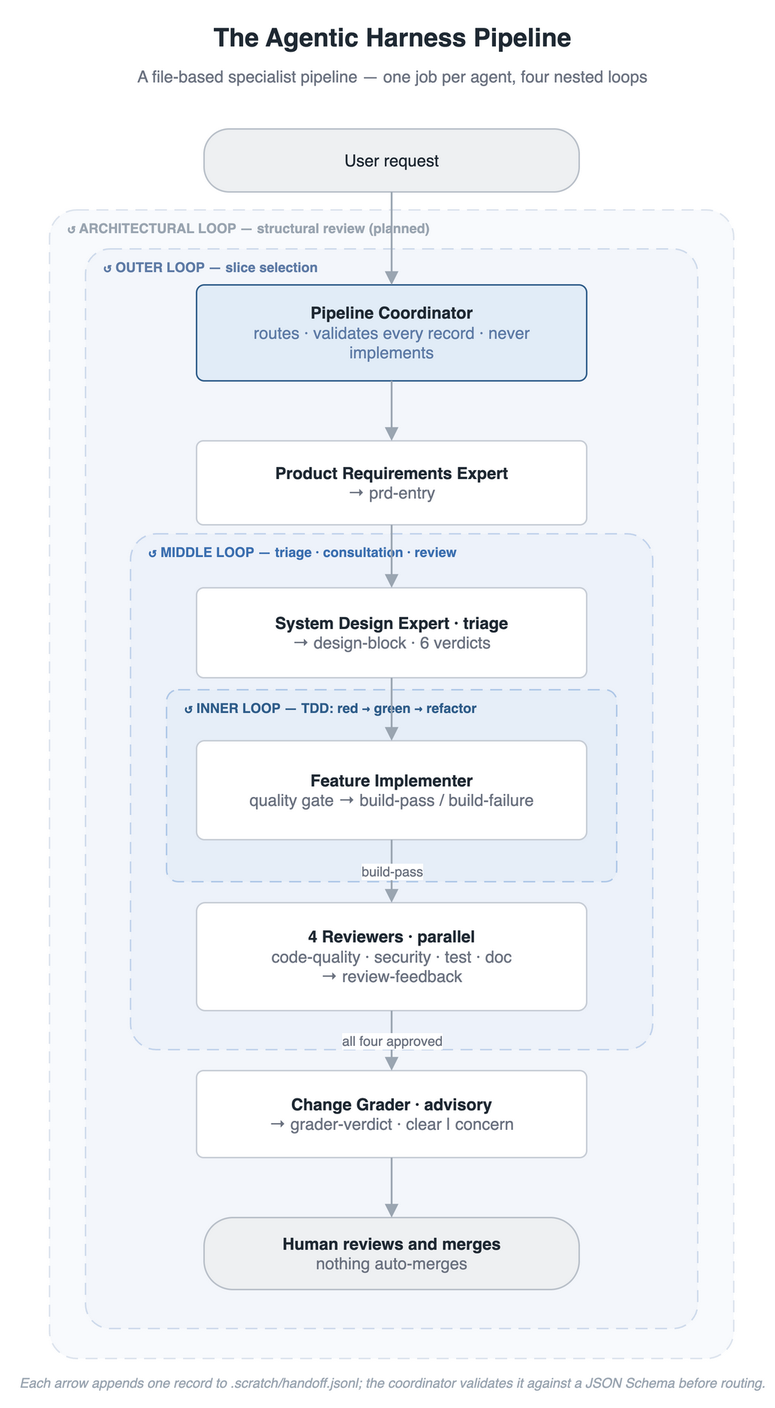
woditschka/agentic-coding-reference keeps this draw.io diagram as docs/images/pipeline-flow.drawio.png. Above is the earlier version. Source tidied: cells renumbered, new cells last; positions are measured from the earlier drawing's top-left corner, leaving out a move shared by most shapes. Source of this version:
```xml
<mxGraphModel>
  <root>
    <mxCell id="0" />
    <mxCell id="1" parent="0" />
    <mxCell id="2" style="rounded=1;arcSize=4;html=1;fillColor=#F8FAFD;strokeColor=#DDE4EE;dashed=1;dashPattern=8 5;" parent="1" vertex="1">
      <mxGeometry y="128" width="456" height="766" as="geometry" />
    </mxCell>
    <mxCell id="3" style="rounded=1;arcSize=4;html=1;fillColor=#F3F6FB;strokeColor=#CFDBEC;dashed=1;dashPattern=8 5;" parent="1" vertex="1">
      <mxGeometry x="24" y="154" width="408" height="720" as="geometry" />
    </mxCell>
    <mxCell id="4" style="rounded=1;arcSize=5;html=1;fillColor=#EDF2FA;strokeColor=#C2D3EC;dashed=1;dashPattern=8 5;" parent="1" vertex="1">
      <mxGeometry x="54" y="344" width="348" height="344" as="geometry" />
    </mxCell>
    <mxCell id="5" style="rounded=1;arcSize=6;html=1;fillColor=#E6EEF8;strokeColor=#AFC8E8;dashed=1;dashPattern=8 5;" parent="1" vertex="1">
      <mxGeometry x="78" y="448" width="300" height="128" as="geometry" />
    </mxCell>
    <mxCell id="6" value="↺ ARCHITECTURAL LOOP — structural review (planned)" style="text;html=1;align=left;verticalAlign=middle;fontSize=9;fontStyle=1;fontColor=#9AA5B1;letterSpacing=1;" parent="1" vertex="1">
      <mxGeometry x="10" y="132" width="340" height="16" as="geometry" />
    </mxCell>
    <mxCell id="7" value="↺ OUTER LOOP — slice selection" style="text;html=1;align=left;verticalAlign=middle;fontSize=9;fontStyle=1;fontColor=#5E7BA6;letterSpacing=1;" parent="1" vertex="1">
      <mxGeometry x="34" y="158" width="280" height="16" as="geometry" />
    </mxCell>
    <mxCell id="8" value="↺ MIDDLE LOOP — triage · consultation · review" style="text;html=1;align=left;verticalAlign=middle;fontSize=9;fontStyle=1;fontColor=#3B6FB0;letterSpacing=1;" parent="1" vertex="1">
      <mxGeometry x="64" y="348" width="330" height="16" as="geometry" />
    </mxCell>
    <mxCell id="9" value="↺ INNER LOOP — TDD: red → green → refactor" style="text;html=1;align=left;verticalAlign=middle;fontSize=9;fontStyle=1;fontColor=#2F5D8A;letterSpacing=1;" parent="1" vertex="1">
      <mxGeometry x="88" y="452" width="290" height="16" as="geometry" />
    </mxCell>
    <mxCell id="10" value="User request" style="rounded=1;arcSize=40;whiteSpace=wrap;html=1;fillColor=#EEF0F2;strokeColor=#B9C0C9;fontSize=11;fontColor=#1F2933;verticalAlign=middle;spacingLeft=6;spacingRight=6;" parent="1" vertex="1">
      <mxGeometry x="103" y="74" width="250" height="42" as="geometry" />
    </mxCell>
    <mxCell id="11" value="&lt;b&gt;Pipeline Coordinator&lt;/b&gt;&lt;br&gt;&lt;font color=&quot;#5E7BA6&quot;&gt;routes · validates every record · never implements&lt;/font&gt;" style="rounded=1;arcSize=8;whiteSpace=wrap;html=1;fillColor=#E1ECF7;strokeColor=#2F5D8A;fontSize=11;fontColor=#1F2933;verticalAlign=middle;spacingLeft=8;spacingRight=8;" parent="1" vertex="1">
      <mxGeometry x="98" y="178" width="260" height="64" as="geometry" />
    </mxCell>
    <mxCell id="12" value="&lt;b&gt;Product Requirements Expert&lt;/b&gt;&lt;br&gt;&lt;font color=&quot;#6B7280&quot;&gt;→ prd-entry&lt;/font&gt;" style="rounded=1;arcSize=8;whiteSpace=wrap;html=1;fillColor=#FFFFFF;strokeColor=#C7CDD6;fontSize=11;fontColor=#1F2933;verticalAlign=middle;spacingLeft=8;spacingRight=8;" parent="1" vertex="1">
      <mxGeometry x="98" y="282" width="260" height="56" as="geometry" />
    </mxCell>
    <mxCell id="13" value="&lt;b&gt;System Design Expert · triage&lt;/b&gt;&lt;br&gt;&lt;font color=&quot;#6B7280&quot;&gt;→ design-block · 6 verdicts&lt;/font&gt;" style="rounded=1;arcSize=8;whiteSpace=wrap;html=1;fillColor=#FFFFFF;strokeColor=#C7CDD6;fontSize=11;fontColor=#1F2933;verticalAlign=middle;spacingLeft=8;spacingRight=8;" parent="1" vertex="1">
      <mxGeometry x="98" y="380" width="260" height="60" as="geometry" />
    </mxCell>
    <mxCell id="14" value="&lt;b&gt;Feature Implementer&lt;/b&gt;&lt;br&gt;&lt;font color=&quot;#6B7280&quot;&gt;quality gate → build-pass / build-failure&lt;/font&gt;" style="rounded=1;arcSize=8;whiteSpace=wrap;html=1;fillColor=#FFFFFF;strokeColor=#C7CDD6;fontSize=11;fontColor=#1F2933;verticalAlign=middle;spacingLeft=8;spacingRight=8;" parent="1" vertex="1">
      <mxGeometry x="98" y="482" width="260" height="66" as="geometry" />
    </mxCell>
    <mxCell id="15" value="&lt;b&gt;4 Reviewers · parallel&lt;/b&gt;&lt;br&gt;&lt;font color=&quot;#6B7280&quot;&gt;code-quality · security · test · doc&amp;#10;→ review-feedback&lt;/font&gt;" style="rounded=1;arcSize=8;whiteSpace=wrap;html=1;fillColor=#FFFFFF;strokeColor=#C7CDD6;fontSize=11;fontColor=#1F2933;verticalAlign=middle;spacingLeft=8;spacingRight=8;" parent="1" vertex="1">
      <mxGeometry x="98" y="590" width="260" height="72" as="geometry" />
    </mxCell>
    <mxCell id="16" value="&lt;b&gt;Change Grader · advisory&lt;/b&gt;&lt;br&gt;&lt;font color=&quot;#6B7280&quot;&gt;→ grader-verdict · clear | concern&lt;/font&gt;" style="rounded=1;arcSize=8;whiteSpace=wrap;html=1;fillColor=#FFFFFF;strokeColor=#C7CDD6;fontSize=11;fontColor=#1F2933;verticalAlign=middle;spacingLeft=8;spacingRight=8;" parent="1" vertex="1">
      <mxGeometry x="98" y="702" width="260" height="58" as="geometry" />
    </mxCell>
    <mxCell id="17" value="&lt;b&gt;Human reviews and merges&lt;/b&gt;&lt;br&gt;&lt;font color=&quot;#6B7280&quot;&gt;nothing auto-merges&lt;/font&gt;" style="rounded=1;arcSize=40;whiteSpace=wrap;html=1;fillColor=#EEF0F2;strokeColor=#B9C0C9;fontSize=11;fontColor=#1F2933;verticalAlign=middle;spacingLeft=8;spacingRight=8;" parent="1" vertex="1">
      <mxGeometry x="103" y="800" width="250" height="48" as="geometry" />
    </mxCell>
    <mxCell id="18" style="edgeStyle=orthogonalEdgeStyle;rounded=0;html=1;endArrow=block;endSize=6;strokeColor=#9AA5B1;strokeWidth=1.2;" parent="1" edge="1" source="10" target="11">
      <mxGeometry relative="1" as="geometry" />
    </mxCell>
    <mxCell id="19" style="edgeStyle=orthogonalEdgeStyle;rounded=0;html=1;endArrow=block;endSize=6;strokeColor=#9AA5B1;strokeWidth=1.2;" parent="1" edge="1" source="11" target="12">
      <mxGeometry relative="1" as="geometry" />
    </mxCell>
    <mxCell id="20" style="edgeStyle=orthogonalEdgeStyle;rounded=0;html=1;endArrow=block;endSize=6;strokeColor=#9AA5B1;strokeWidth=1.2;" parent="1" edge="1" source="12" target="13">
      <mxGeometry relative="1" as="geometry" />
    </mxCell>
    <mxCell id="21" style="edgeStyle=orthogonalEdgeStyle;rounded=0;html=1;endArrow=block;endSize=6;strokeColor=#9AA5B1;strokeWidth=1.2;" parent="1" edge="1" source="13" target="14">
      <mxGeometry relative="1" as="geometry" />
    </mxCell>
    <mxCell id="22" value="build-pass" style="edgeStyle=orthogonalEdgeStyle;rounded=0;html=1;endArrow=block;endSize=6;strokeColor=#9AA5B1;strokeWidth=1.2;fontSize=9;fontColor=#6B7280;labelBackgroundColor=#FFFFFF;" parent="1" edge="1" source="14" target="15">
      <mxGeometry relative="1" as="geometry" />
    </mxCell>
    <mxCell id="23" value="all four approved" style="edgeStyle=orthogonalEdgeStyle;rounded=0;html=1;endArrow=block;endSize=6;strokeColor=#9AA5B1;strokeWidth=1.2;fontSize=9;fontColor=#6B7280;labelBackgroundColor=#FFFFFF;" parent="1" edge="1" source="15" target="16">
      <mxGeometry relative="1" as="geometry" />
    </mxCell>
    <mxCell id="24" style="edgeStyle=orthogonalEdgeStyle;rounded=0;html=1;endArrow=block;endSize=6;strokeColor=#9AA5B1;strokeWidth=1.2;" parent="1" edge="1" source="16" target="17">
      <mxGeometry relative="1" as="geometry" />
    </mxCell>
    <mxCell id="25" value="The Agentic Harness Pipeline" style="text;html=1;align=center;verticalAlign=middle;fontSize=17;fontStyle=1;fontColor=#1F2933;" parent="1" vertex="1">
      <mxGeometry width="456" height="26" as="geometry" />
    </mxCell>
    <mxCell id="26" value="A file-based specialist pipeline — one job per agent, four nested loops" style="text;html=1;align=center;verticalAlign=middle;fontSize=11;fontColor=#6B7280;" parent="1" vertex="1">
      <mxGeometry y="30" width="456" height="18" as="geometry" />
    </mxCell>
    <mxCell id="27" value="Each arrow appends one record to .scratch/handoff.jsonl; the coordinator validates it against a JSON Schema before routing." style="text;html=1;align=center;verticalAlign=middle;fontSize=9;fontStyle=2;fontColor=#9AA5B1;" parent="1" vertex="1">
      <mxGeometry y="900" width="456" height="20" as="geometry" />
    </mxCell>
  </root>
</mxGraphModel>
```
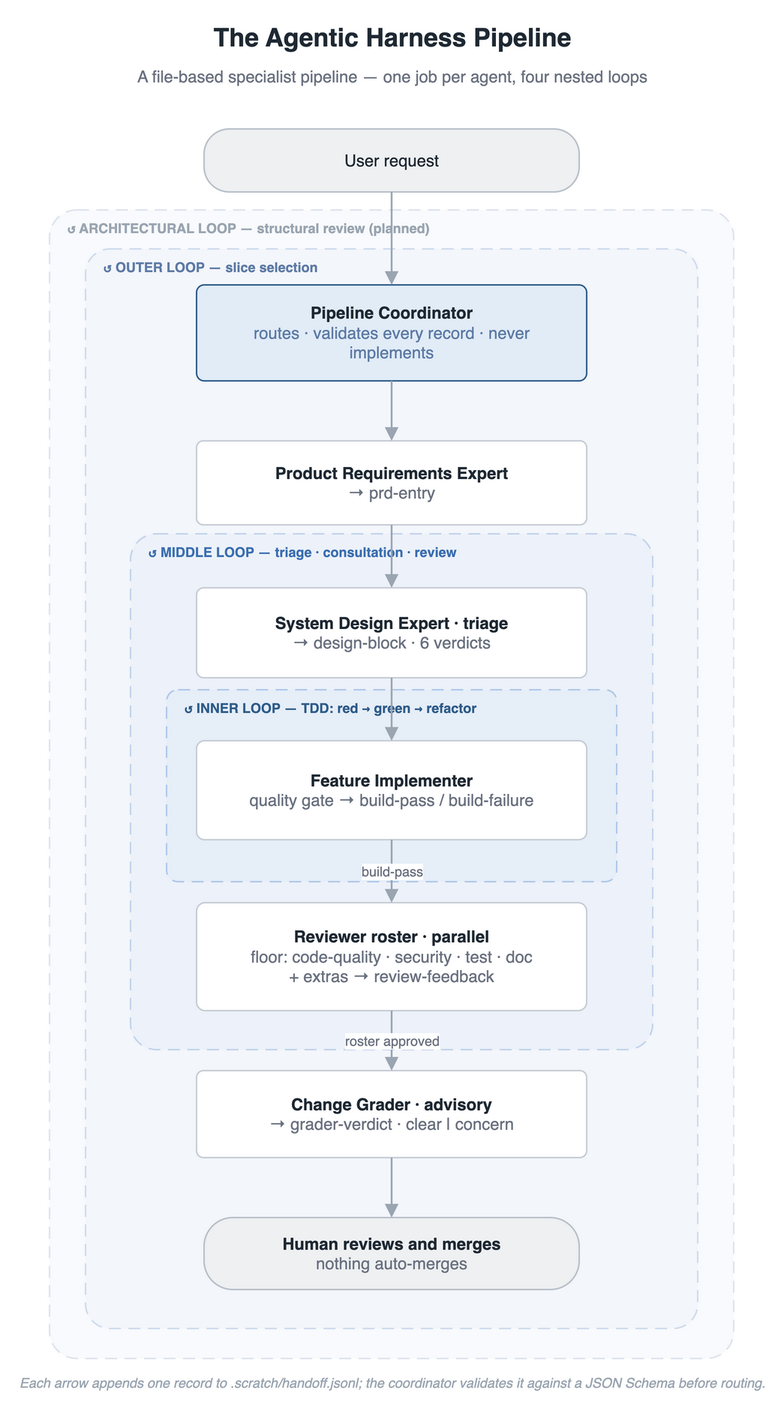
The same file after the commit.

The edit, as a diff of the source:
```diff
@@ -41,7 +41,7 @@
     <mxCell id="14" value="&lt;b&gt;Feature Implementer&lt;/b&gt;&lt;br&gt;&lt;font color=&quot;#6B7280&quot;&gt;quality gate → build-pass / build-failure&lt;/font&gt;" style="rounded=1;arcSize=8;whiteSpace=wrap;html=1;fillColor=#FFFFFF;strokeColor=#C7CDD6;fontSize=11;fontColor=#1F2933;verticalAlign=middle;spacingLeft=8;spacingRight=8;" parent="1" vertex="1">
       <mxGeometry x="98" y="482" width="260" height="66" as="geometry" />
     </mxCell>
-    <mxCell id="15" value="&lt;b&gt;4 Reviewers · parallel&lt;/b&gt;&lt;br&gt;&lt;font color=&quot;#6B7280&quot;&gt;code-quality · security · test · doc&amp;#10;→ review-feedback&lt;/font&gt;" style="rounded=1;arcSize=8;whiteSpace=wrap;html=1;fillColor=#FFFFFF;strokeColor=#C7CDD6;fontSize=11;fontColor=#1F2933;verticalAlign=middle;spacingLeft=8;spacingRight=8;" parent="1" vertex="1">
+    <mxCell id="15" value="&lt;b&gt;Reviewer roster · parallel&lt;/b&gt;&lt;br&gt;&lt;font color=&quot;#6B7280&quot;&gt;floor: code-quality · security · test · doc&amp;#10;+ extras → review-feedback&lt;/font&gt;" style="rounded=1;arcSize=8;whiteSpace=wrap;html=1;fillColor=#FFFFFF;strokeColor=#C7CDD6;fontSize=11;fontColor=#1F2933;verticalAlign=middle;spacingLeft=8;spacingRight=8;" parent="1" vertex="1">
       <mxGeometry x="98" y="590" width="260" height="72" as="geometry" />
     </mxCell>
     <mxCell id="16" value="&lt;b&gt;Change Grader · advisory&lt;/b&gt;&lt;br&gt;&lt;font color=&quot;#6B7280&quot;&gt;→ grader-verdict · clear | concern&lt;/font&gt;" style="rounded=1;arcSize=8;whiteSpace=wrap;html=1;fillColor=#FFFFFF;strokeColor=#C7CDD6;fontSize=11;fontColor=#1F2933;verticalAlign=middle;spacingLeft=8;spacingRight=8;" parent="1" vertex="1">
@@ -65,7 +65,7 @@
     <mxCell id="22" value="build-pass" style="edgeStyle=orthogonalEdgeStyle;rounded=0;html=1;endArrow=block;endSize=6;strokeColor=#9AA5B1;strokeWidth=1.2;fontSize=9;fontColor=#6B7280;labelBackgroundColor=#FFFFFF;" parent="1" edge="1" source="14" target="15">
       <mxGeometry relative="1" as="geometry" />
     </mxCell>
-    <mxCell id="23" value="all four approved" style="edgeStyle=orthogonalEdgeStyle;rounded=0;html=1;endArrow=block;endSize=6;strokeColor=#9AA5B1;strokeWidth=1.2;fontSize=9;fontColor=#6B7280;labelBackgroundColor=#FFFFFF;" parent="1" edge="1" source="15" target="16">
+    <mxCell id="23" value="roster approved" style="edgeStyle=orthogonalEdgeStyle;rounded=0;html=1;endArrow=block;endSize=6;strokeColor=#9AA5B1;strokeWidth=1.2;fontSize=9;fontColor=#6B7280;labelBackgroundColor=#FFFFFF;" parent="1" edge="1" source="15" target="16">
       <mxGeometry relative="1" as="geometry" />
     </mxCell>
     <mxCell id="24" style="edgeStyle=orthogonalEdgeStyle;rounded=0;html=1;endArrow=block;endSize=6;strokeColor=#9AA5B1;strokeWidth=1.2;" parent="1" edge="1" source="16" target="17">
```
